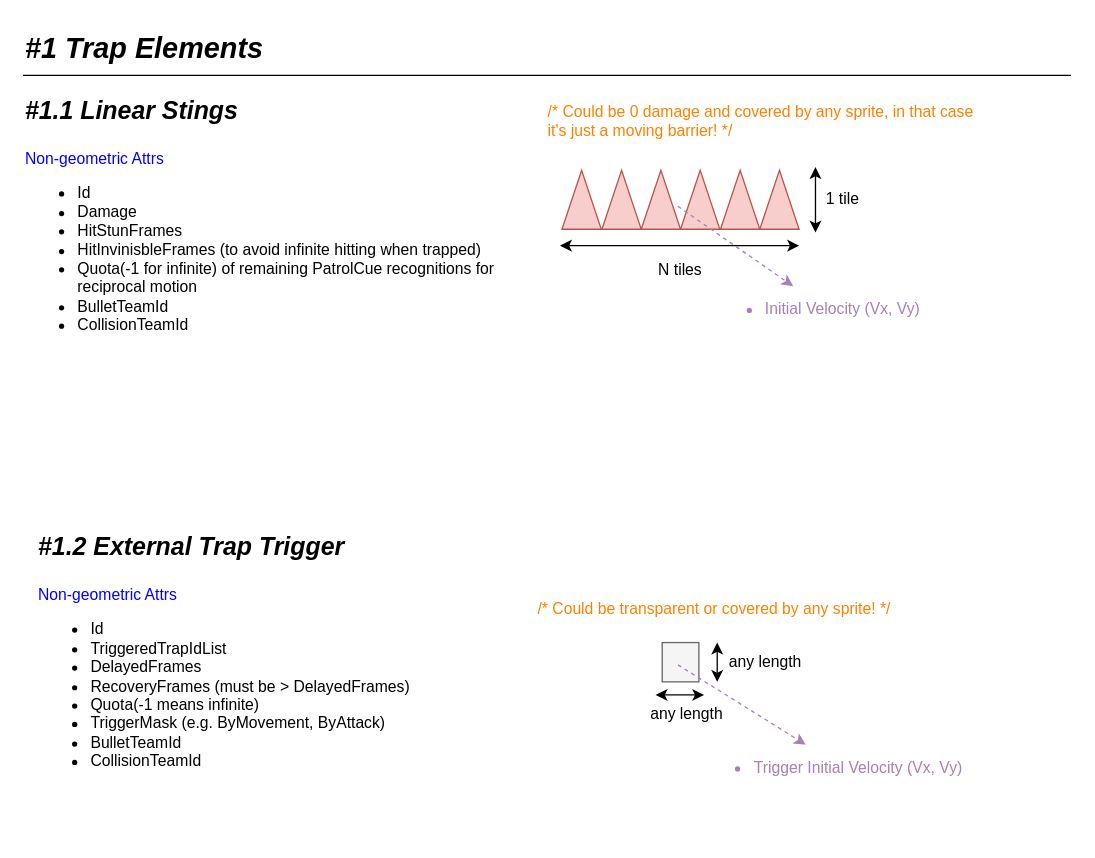
Earlier version of the draw.io diagram page "Elements" (1 of 3) of charts/Traps.drawio (genxium/DelayNoMoreUnity). Source tidied: cells renumbered, new cells numbered last; positions are measured from the earlier drawing's top-left corner, leaving out a move shared by most shapes. Both pictures are drawn from the tidied source at 131%, with x=0, y=0 at pixel (22, 22).
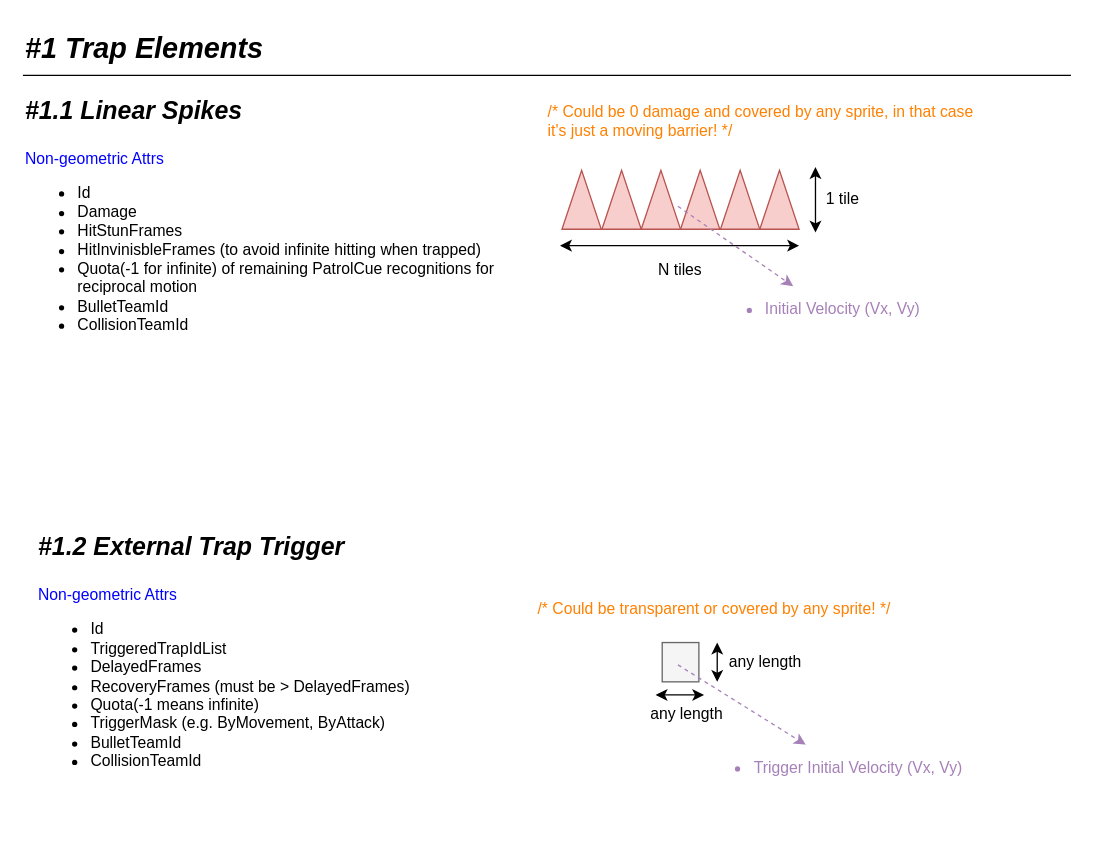
The same page after the edit.

The edit, as a diff of the source:
```diff
@@
-    <mxCell id="15" value="&lt;font style=&quot;font-size: 19px;&quot;&gt;&lt;b style=&quot;font-size: 19px;&quot;&gt;&lt;i style=&quot;font-size: 19px;&quot;&gt;#1.1 Linear Stings&lt;/i&gt;&lt;/b&gt;&lt;/font&gt;" style="text;html=1;strokeColor=none;fillColor=none;align=left;verticalAlign=top;whiteSpace=wrap;rounded=0;fontSize=19;" parent="1" vertex="1">
+    <mxCell id="15" value="&lt;font style=&quot;font-size: 19px&quot;&gt;&lt;b style=&quot;font-size: 19px&quot;&gt;&lt;i style=&quot;font-size: 19px&quot;&gt;#1.1 Linear Spikes&lt;/i&gt;&lt;/b&gt;&lt;/font&gt;" style="text;html=1;strokeColor=none;fillColor=none;align=left;verticalAlign=top;whiteSpace=wrap;rounded=0;fontSize=19;" parent="1" vertex="1">
       <mxGeometry y="50" width="190" height="30" as="geometry" />
     </mxCell>
```
